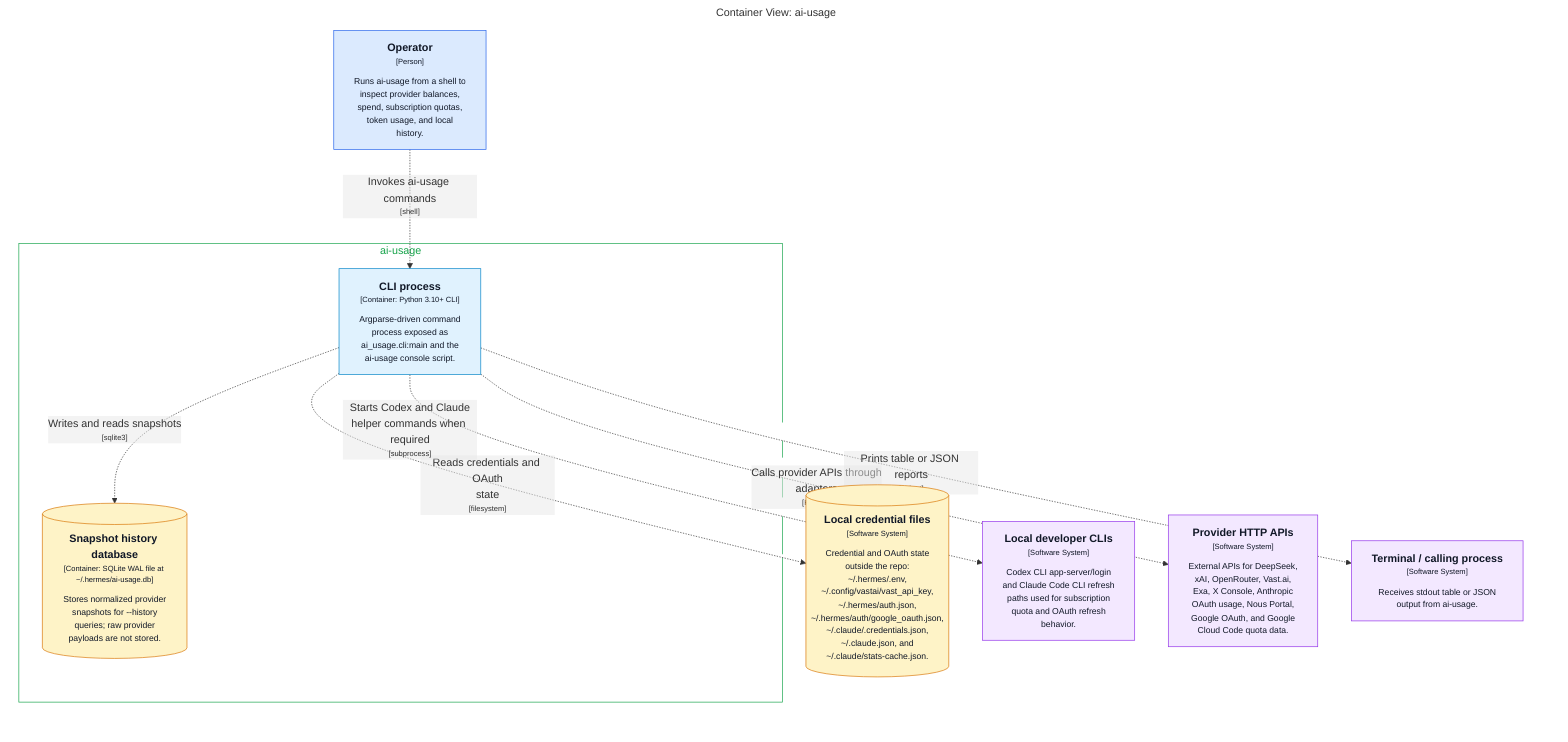
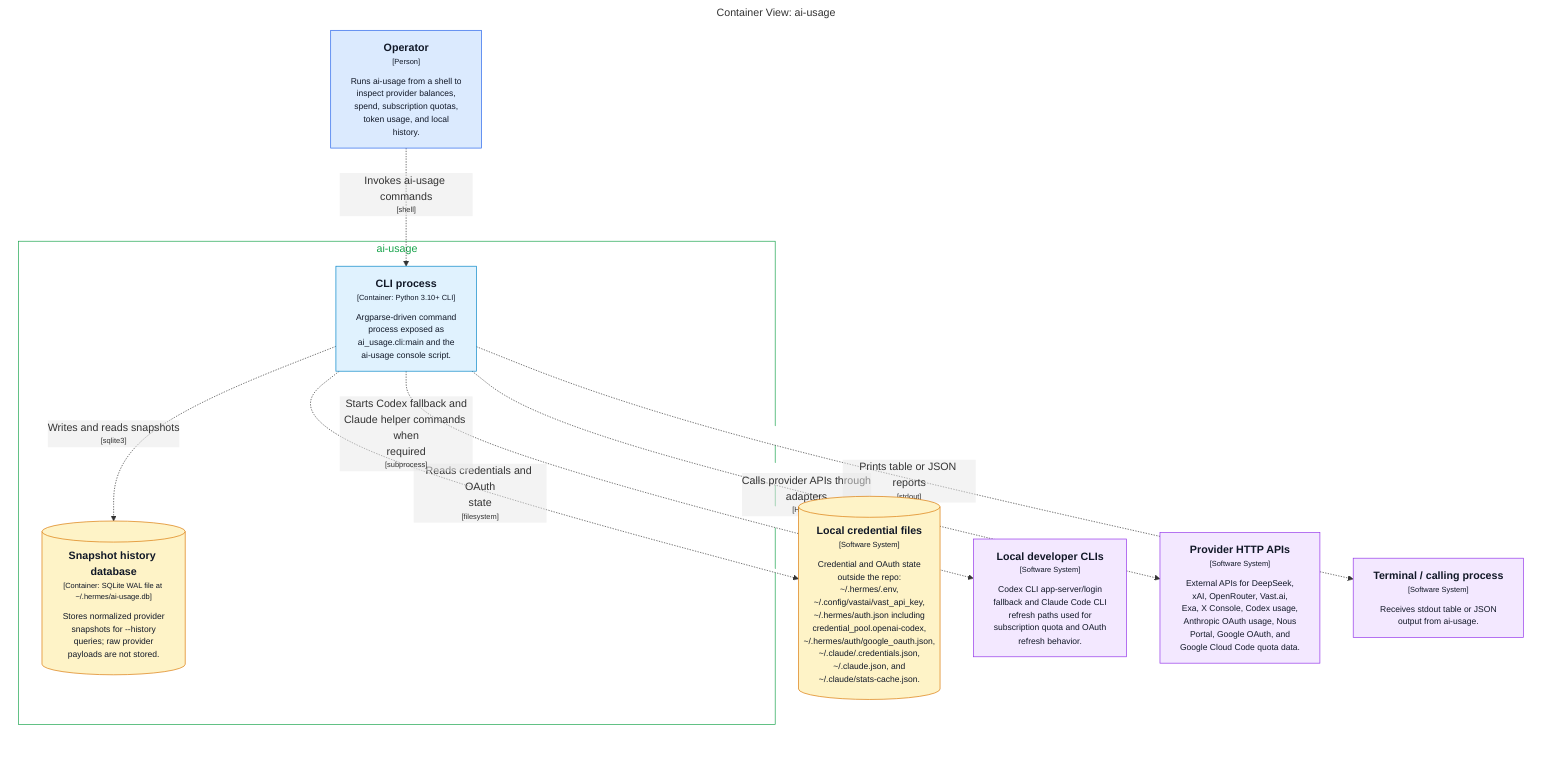
graph LR
  linkStyle default fill:#ffffff

  subgraph diagram ["Container View: ai-usage"]
    style diagram fill:#ffffff,stroke:#ffffff

    1["<div style='font-weight: bold'>Operator</div><div style='font-size: 70%; margin-top: 0px'>[Person]</div><div style='font-size: 80%; margin-top:10px'>Runs ai-usage from a shell to<br />inspect provider balances,<br />spend, subscription quotas,<br />token usage, and local<br />history.</div>"]
    style 1 fill:#dbeafe,stroke:#2563eb,color:#111827
-     14[("<div style='font-weight: bold'>Local credential files</div><div style='font-size: 70%; margin-top: 0px'>[Software System]</div><div style='font-size: 80%; margin-top:10px'>Credential and OAuth state<br />outside the repo:<br />~/.hermes/.env,<br />~/.config/vastai/vast_api_key,<br />~/.hermes/auth.json,<br />~/.hermes/auth/google_oauth.json,<br />~/.claude/.credentials.json,<br />~/.claude.json, and<br />~/.claude/stats-cache.json.</div>")]
+     14[("<div style='font-weight: bold'>Local credential files</div><div style='font-size: 70%; margin-top: 0px'>[Software System]</div><div style='font-size: 80%; margin-top:10px'>Credential and OAuth state<br />outside the repo:<br />~/.hermes/.env,<br />~/.config/vastai/vast_api_key,<br />~/.hermes/auth.json including<br />credential_pool.openai-codex,<br />~/.hermes/auth/google_oauth.json,<br />~/.claude/.credentials.json,<br />~/.claude.json, and<br />~/.claude/stats-cache.json.</div>")]
    style 14 fill:#fef3c7,stroke:#d97706,color:#111827
-     15["<div style='font-weight: bold'>Local developer CLIs</div><div style='font-size: 70%; margin-top: 0px'>[Software System]</div><div style='font-size: 80%; margin-top:10px'>Codex CLI app-server/login<br />and Claude Code CLI refresh<br />paths used for subscription<br />quota and OAuth refresh<br />behavior.</div>"]
+     15["<div style='font-weight: bold'>Local developer CLIs</div><div style='font-size: 70%; margin-top: 0px'>[Software System]</div><div style='font-size: 80%; margin-top:10px'>Codex CLI app-server/login<br />fallback and Claude Code CLI<br />refresh paths used for<br />subscription quota and OAuth<br />refresh behavior.</div>"]
    style 15 fill:#f3e8ff,stroke:#9333ea,color:#111827
-     16["<div style='font-weight: bold'>Provider HTTP APIs</div><div style='font-size: 70%; margin-top: 0px'>[Software System]</div><div style='font-size: 80%; margin-top:10px'>External APIs for DeepSeek,<br />xAI, OpenRouter, Vast.ai,<br />Exa, X Console, Anthropic<br />OAuth usage, Nous Portal,<br />Google OAuth, and Google<br />Cloud Code quota data.</div>"]
+     16["<div style='font-weight: bold'>Provider HTTP APIs</div><div style='font-size: 70%; margin-top: 0px'>[Software System]</div><div style='font-size: 80%; margin-top:10px'>External APIs for DeepSeek,<br />xAI, OpenRouter, Vast.ai,<br />Exa, X Console, Codex usage,<br />Anthropic OAuth usage, Nous<br />Portal, Google OAuth, and<br />Google Cloud Code quota data.</div>"]
    style 16 fill:#f3e8ff,stroke:#9333ea,color:#111827
    17["<div style='font-weight: bold'>Terminal / calling process</div><div style='font-size: 70%; margin-top: 0px'>[Software System]</div><div style='font-size: 80%; margin-top:10px'>Receives stdout table or JSON<br />output from ai-usage.</div>"]
    style 17 fill:#f3e8ff,stroke:#9333ea,color:#111827

    subgraph 2 ["ai-usage"]
      style 2 fill:#ffffff,stroke:#16a34a,color:#16a34a

      13[("<div style='font-weight: bold'>Snapshot history database</div><div style='font-size: 70%; margin-top: 0px'>[Container: SQLite WAL file at ~/.hermes/ai-usage.db]</div><div style='font-size: 80%; margin-top:10px'>Stores normalized provider<br />snapshots for --history<br />queries; raw provider<br />payloads are not stored.</div>")]
      style 13 fill:#fef3c7,stroke:#d97706,color:#111827
      3["<div style='font-weight: bold'>CLI process</div><div style='font-size: 70%; margin-top: 0px'>[Container: Python 3.10+ CLI]</div><div style='font-size: 80%; margin-top:10px'>Argparse-driven command<br />process exposed as<br />ai_usage.cli:main and the<br />ai-usage console script.</div>"]
      style 3 fill:#e0f2fe,stroke:#0284c7,color:#111827
    end

    1-. "<div>Invokes ai-usage commands</div><div style='font-size: 70%'>[shell]</div>" .->3
    3-. "<div>Reads credentials and OAuth<br />state</div><div style='font-size: 70%'>[filesystem]</div>" .->14
-     3-. "<div>Starts Codex and Claude<br />helper commands when required</div><div style='font-size: 70%'>[subprocess]</div>" .->15
+     3-. "<div>Starts Codex fallback and<br />Claude helper commands when<br />required</div><div style='font-size: 70%'>[subprocess]</div>" .->15
    3-. "<div>Calls provider APIs through<br />adapters</div><div style='font-size: 70%'>[HTTPS]</div>" .->16
    3-. "<div>Writes and reads snapshots</div><div style='font-size: 70%'>[sqlite3]</div>" .->13
    3-. "<div>Prints table or JSON reports</div><div style='font-size: 70%'>[stdout]</div>" .->17

  end